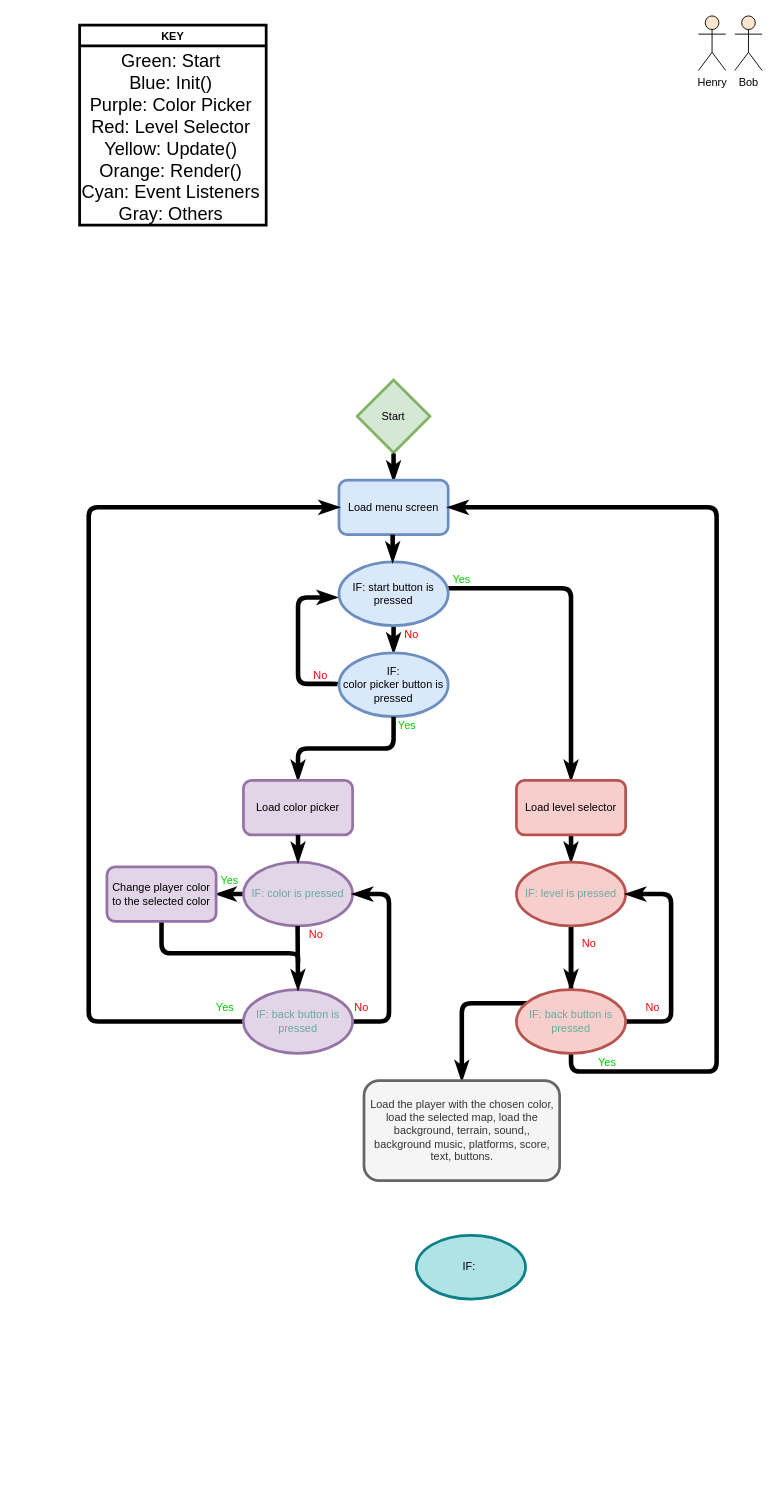
The draw.io diagram adventurePark.drawio in santinx07/adventurePark, before the edit. Source tidied: cells renumbered, new cells numbered last; positions are measured from the earlier drawing's top-left corner, leaving out a move shared by most shapes. Both pictures are drawn from the tidied source at 91%, with x=0, y=0 at pixel (75, 15).
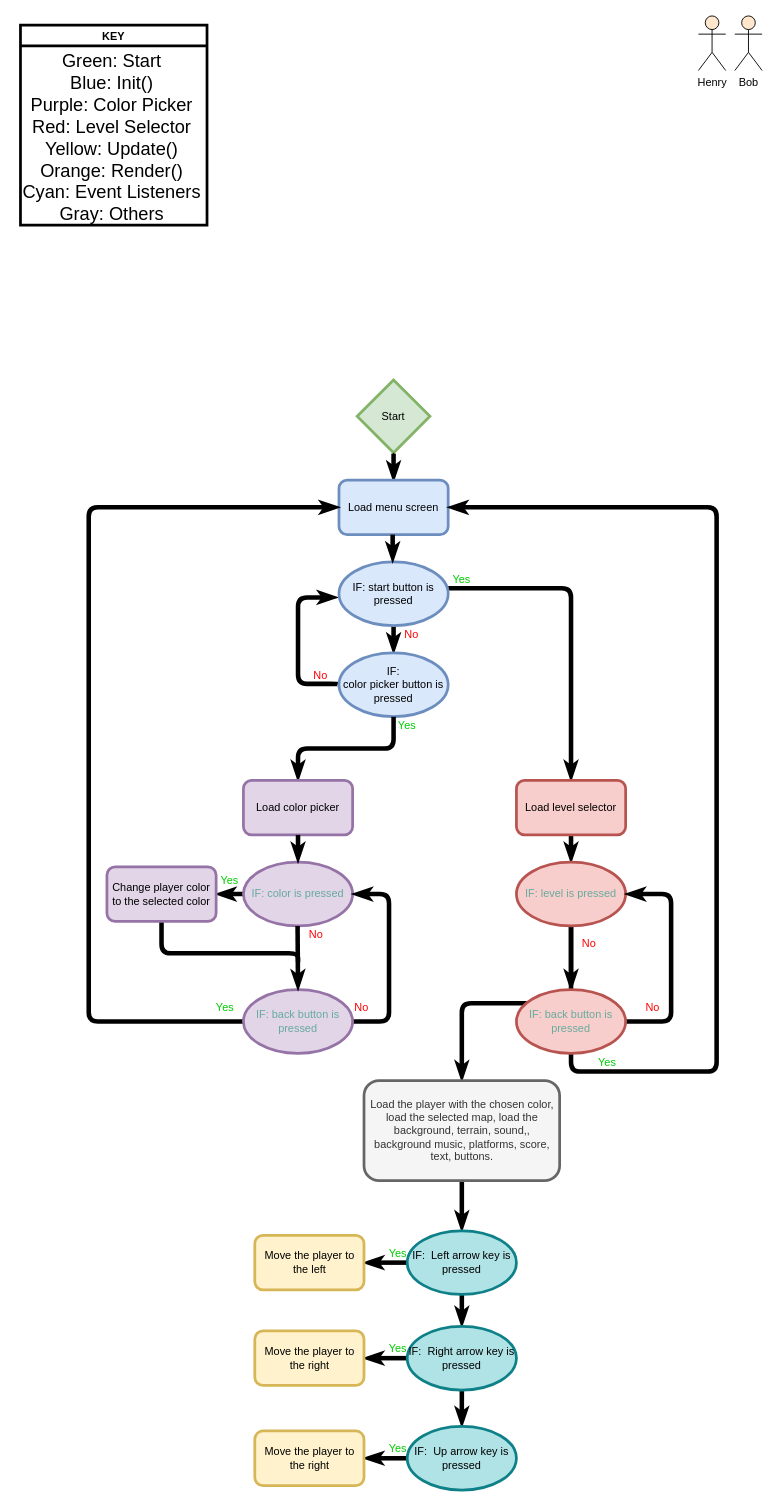
The same page after the edit.

Unchanged cells that the change refers to:
```xml
<mxCell id="47" value="Load the player with the chosen color, load the selected map, load the background, terrain, sound,, background music, platforms, score, text, buttons." style="rounded=1;whiteSpace=wrap;html=1;fillColor=#f5f5f5;strokeColor=#666666;fontColor=#333333;strokeWidth=3;" parent="1" vertex="1">
  <mxGeometry x="317.5" y="1170" width="215" height="110" as="geometry" />
</mxCell>
```

What changed in the source:
```diff
@@
     <mxCell id="3" value="KEY" style="swimlane;strokeWidth=3;" parent="1" vertex="1">
-      <mxGeometry x="5" y="10" width="205" height="220" as="geometry" />
+      <mxGeometry x="-60" y="10" width="205" height="220" as="geometry" />
     </mxCell>
@@
+    <mxCell id="49" style="edgeStyle=orthogonalEdgeStyle;rounded=1;jettySize=auto;html=1;entryX=0.5;entryY=0;entryDx=0;entryDy=0;endArrow=classicThin;endFill=1;strokeWidth=5;" parent="1" edge="1" source="47" target="48">
+      <mxGeometry relative="1" as="geometry" />
+    </mxCell>
@@
+    <mxCell id="50" style="edgeStyle=orthogonalEdgeStyle;rounded=1;jettySize=auto;html=1;strokeWidth=5;endArrow=classicThin;endFill=1;" parent="1" edge="1" source="48" target="52">
+      <mxGeometry relative="1" as="geometry" />
+    </mxCell>
+    <mxCell id="51" style="edgeStyle=orthogonalEdgeStyle;rounded=1;jettySize=auto;html=1;exitX=0.5;exitY=1;exitDx=0;exitDy=0;entryX=0.5;entryY=0;entryDx=0;entryDy=0;endArrow=classicThin;endFill=1;strokeWidth=5;" parent="1" edge="1" source="48" target="56">
+      <mxGeometry relative="1" as="geometry" />
+    </mxCell>
-    <mxCell id="48" value="&lt;span&gt;IF:&amp;nbsp;&lt;br&gt;&lt;/span&gt;" style="ellipse;whiteSpace=wrap;html=1;fillColor=#b0e3e6;strokeColor=#0e8088;strokeWidth=3;" parent="1" vertex="1">
-      <mxGeometry x="375" y="1340" width="120" height="70" as="geometry" />
+    <mxCell id="48" value="&lt;span&gt;IF:&amp;nbsp; Left arrow key is pressed&lt;br&gt;&lt;/span&gt;" style="ellipse;whiteSpace=wrap;html=1;fillColor=#b0e3e6;strokeColor=#0e8088;strokeWidth=3;" parent="1" vertex="1">
+      <mxGeometry x="365" y="1335" width="120" height="70" as="geometry" />
     </mxCell>
+    <mxCell id="52" value="Move the player to the left" style="rounded=1;whiteSpace=wrap;html=1;fillColor=#fff2cc;strokeColor=#d6b656;strokeWidth=3;" parent="1" vertex="1">
+      <mxGeometry x="197.5" y="1340" width="120" height="60" as="geometry" />
+    </mxCell>
+    <mxCell id="53" value="&lt;font color=&quot;#00cc00&quot;&gt;Yes&lt;/font&gt;" style="text;html=1;strokeColor=none;fillColor=none;align=center;verticalAlign=middle;whiteSpace=wrap;rounded=0;" parent="1" vertex="1">
+      <mxGeometry x="335" y="1350" width="40" height="20" as="geometry" />
+    </mxCell>
+    <mxCell id="54" style="edgeStyle=orthogonalEdgeStyle;rounded=1;jettySize=auto;html=1;strokeWidth=5;endArrow=classicThin;endFill=1;" parent="1" edge="1" source="56" target="57">
+      <mxGeometry relative="1" as="geometry" />
+    </mxCell>
+    <mxCell id="55" style="edgeStyle=orthogonalEdgeStyle;rounded=1;jettySize=auto;html=1;entryX=0.5;entryY=0;entryDx=0;entryDy=0;endArrow=classicThin;endFill=1;strokeWidth=5;" parent="1" edge="1" source="56" target="60">
+      <mxGeometry relative="1" as="geometry" />
+    </mxCell>
+    <mxCell id="56" value="&lt;span&gt;IF:&amp;nbsp; Right arrow key is pressed&lt;br&gt;&lt;/span&gt;" style="ellipse;whiteSpace=wrap;html=1;fillColor=#b0e3e6;strokeColor=#0e8088;strokeWidth=3;" parent="1" vertex="1">
+      <mxGeometry x="365" y="1440" width="120" height="70" as="geometry" />
+    </mxCell>
+    <mxCell id="57" value="Move the player to the right" style="rounded=1;whiteSpace=wrap;html=1;fillColor=#fff2cc;strokeColor=#d6b656;strokeWidth=3;" parent="1" vertex="1">
+      <mxGeometry x="197.5" y="1445" width="120" height="60" as="geometry" />
+    </mxCell>
+    <mxCell id="58" value="&lt;font color=&quot;#00cc00&quot;&gt;Yes&lt;/font&gt;" style="text;html=1;strokeColor=none;fillColor=none;align=center;verticalAlign=middle;whiteSpace=wrap;rounded=0;" parent="1" vertex="1">
+      <mxGeometry x="335" y="1455" width="40" height="20" as="geometry" />
+    </mxCell>
+    <mxCell id="59" style="edgeStyle=orthogonalEdgeStyle;rounded=1;jettySize=auto;html=1;strokeWidth=5;endArrow=classicThin;endFill=1;" parent="1" edge="1" source="60" target="61">
+      <mxGeometry relative="1" as="geometry" />
+    </mxCell>
+    <mxCell id="60" value="&lt;span&gt;IF:&amp;nbsp; Up arrow key is pressed&lt;br&gt;&lt;/span&gt;" style="ellipse;whiteSpace=wrap;html=1;fillColor=#b0e3e6;strokeColor=#0e8088;strokeWidth=3;" parent="1" vertex="1">
+      <mxGeometry x="365" y="1550" width="120" height="70" as="geometry" />
+    </mxCell>
+    <mxCell id="61" value="Move the player to the right" style="rounded=1;whiteSpace=wrap;html=1;fillColor=#fff2cc;strokeColor=#d6b656;strokeWidth=3;" parent="1" vertex="1">
+      <mxGeometry x="197.5" y="1555" width="120" height="60" as="geometry" />
+    </mxCell>
+    <mxCell id="62" value="&lt;font color=&quot;#00cc00&quot;&gt;Yes&lt;/font&gt;" style="text;html=1;strokeColor=none;fillColor=none;align=center;verticalAlign=middle;whiteSpace=wrap;rounded=0;" parent="1" vertex="1">
+      <mxGeometry x="335" y="1565" width="40" height="20" as="geometry" />
+    </mxCell>
```
